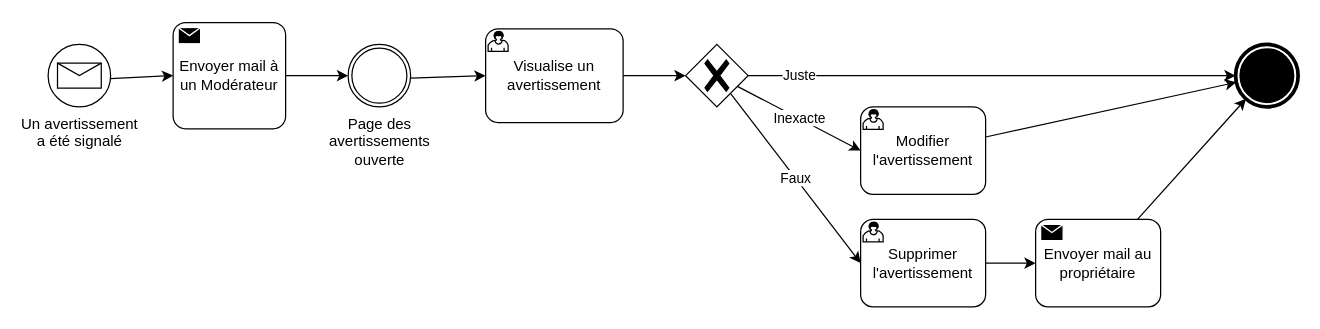
projetDansLaMontagne/Valpineta keeps this draw.io diagram as Documentation/BPMN/BPMN-Moderation_avertissements.drawio. Above is the earlier version. Source tidied: cells renumbered, new cells numbered last; positions are measured from the earlier drawing's top-left corner, leaving out a move shared by most shapes. Both pictures are drawn from the tidied source at 125%, with x=0, y=0 at pixel (48, 21).
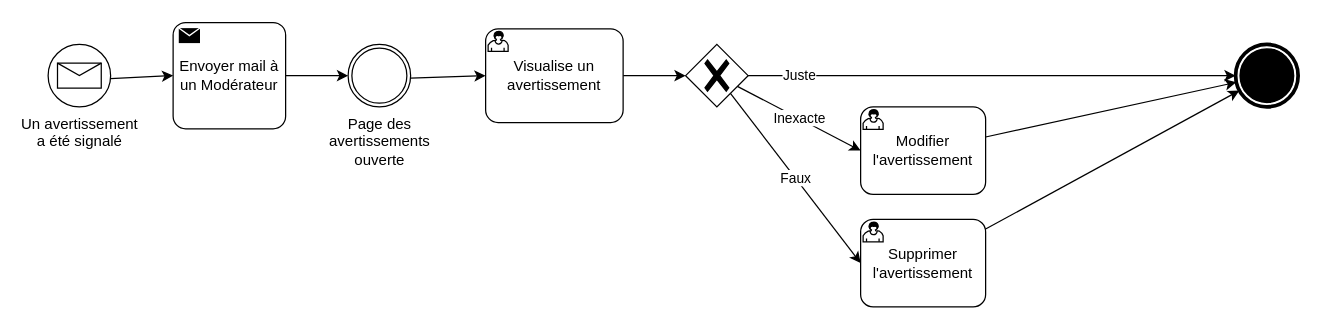
After the change.

The change refers to these unchanged cells:
```xml
<mxCell id="17" value="Supprimer l'avertissement" style="points=[[0.25,0,0],[0.5,0,0],[0.75,0,0],[1,0.25,0],[1,0.5,0],[1,0.75,0],[0.75,1,0],[0.5,1,0],[0.25,1,0],[0,0.75,0],[0,0.5,0],[0,0.25,0]];shape=mxgraph.bpmn.task;whiteSpace=wrap;rectStyle=rounded;size=10;html=1;taskMarker=user;" parent="1" vertex="1">
  <mxGeometry x="650" y="158" width="100" height="70" as="geometry" />
</mxCell>
<mxCell id="20" style="points=[[0.145,0.145,0],[0.5,0,0],[0.855,0.145,0],[1,0.5,0],[0.855,0.855,0],[0.5,1,0],[0.145,0.855,0],[0,0.5,0]];shape=mxgraph.bpmn.event;html=1;verticalLabelPosition=bottom;labelBackgroundColor=#ffffff;verticalAlign=top;align=center;perimeter=ellipsePerimeter;outlineConnect=0;outline=end;symbol=terminate;" parent="1" vertex="1">
  <mxGeometry x="950" y="18" width="50" height="50" as="geometry" />
</mxCell>
```

Change to the diagram source:
```diff
@@
-    <mxCell id="16" style="edgeStyle=none;html=1;" parent="1" edge="1" source="17" target="19">
-      <mxGeometry relative="1" as="geometry" />
-    </mxCell>
+    <mxCell id="21" style="edgeStyle=none;html=1;" parent="1" edge="1" source="17" target="20">
+      <mxGeometry relative="1" as="geometry" />
+    </mxCell>
@@
-    <mxCell id="18" style="edgeStyle=none;html=1;" parent="1" edge="1" source="19" target="20">
-      <mxGeometry relative="1" as="geometry" />
-    </mxCell>
-    <mxCell id="19" value="Envoyer mail au propriétaire" style="points=[[0.25,0,0],[0.5,0,0],[0.75,0,0],[1,0.25,0],[1,0.5,0],[1,0.75,0],[0.75,1,0],[0.5,1,0],[0.25,1,0],[0,0.75,0],[0,0.5,0],[0,0.25,0]];shape=mxgraph.bpmn.task;whiteSpace=wrap;rectStyle=rounded;size=10;html=1;taskMarker=send;" parent="1" vertex="1">
-      <mxGeometry x="790" y="158" width="100" height="70" as="geometry" />
-    </mxCell>
```
